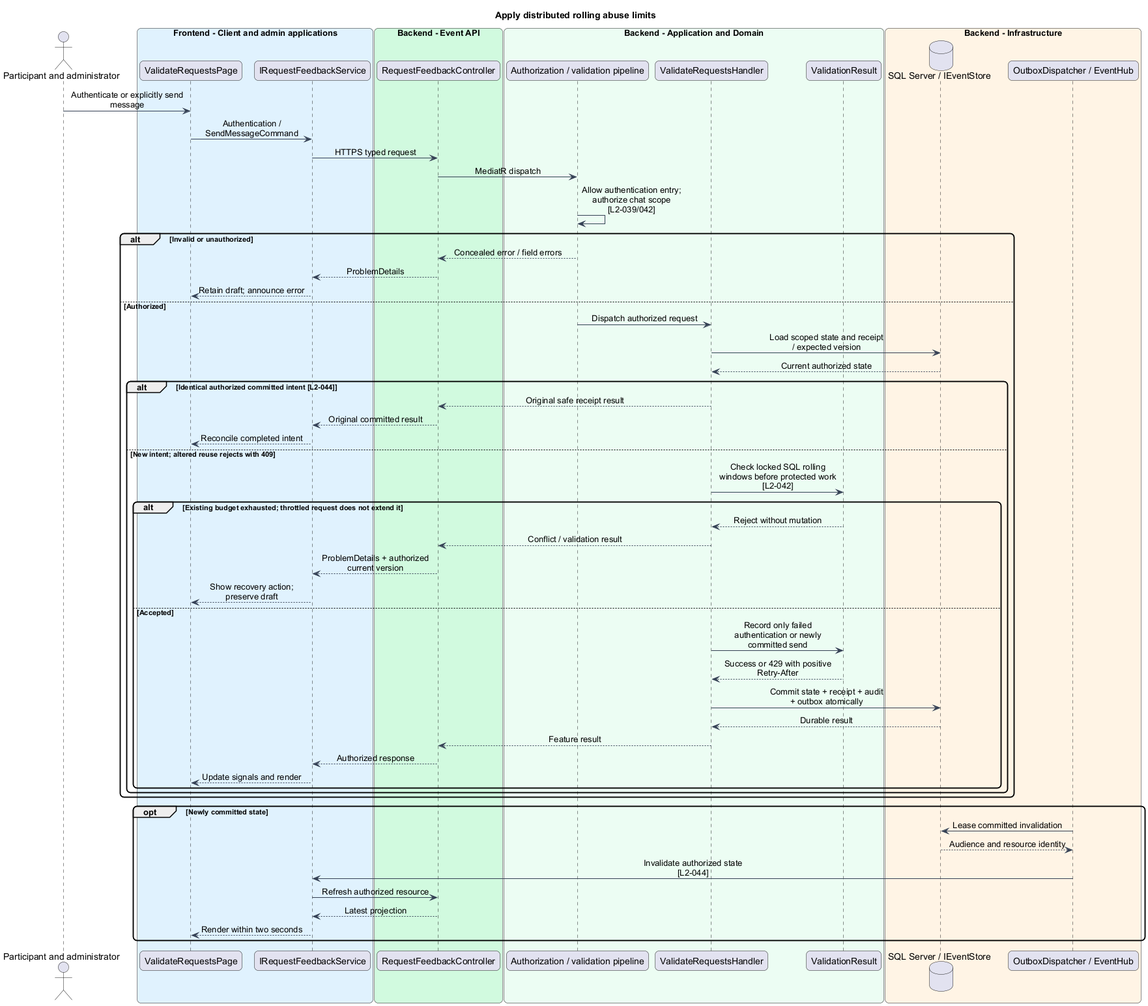
The PlantUML diagram docs/detailed-designs/platform-security/validate-requests/diagrams/sequence-limits.png in QuinntyneBrown/faithtech-toronto-ai-build-event, before a commit.
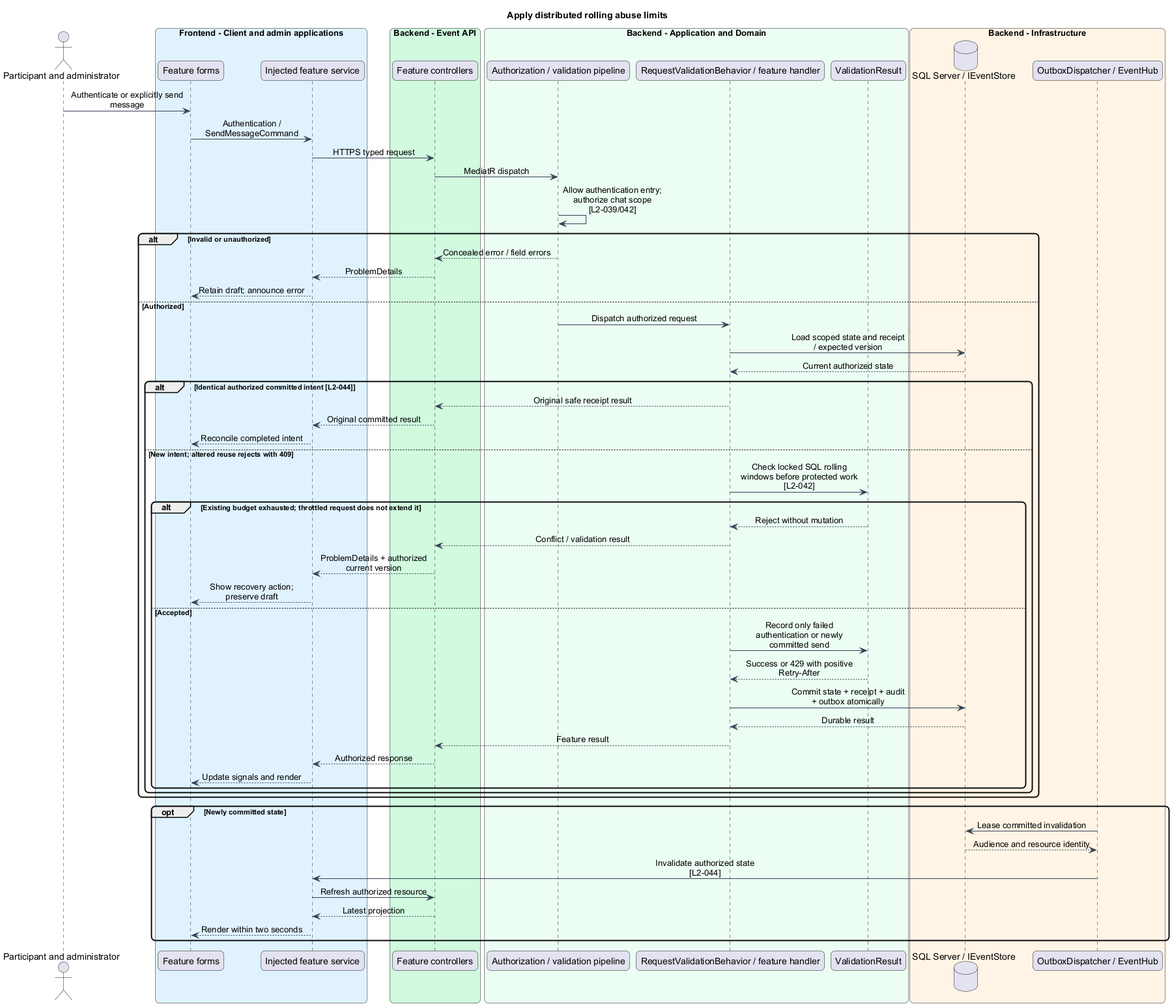
Later version of the same file.

What changed in the source:
```diff
@@ -11,15 +11,15 @@
 title Apply distributed rolling abuse limits
 actor "Participant and administrator" as actor
 box "Frontend - Client and admin applications" #E0F2FE
-participant "ValidateRequestsPage" as page
-participant "IRequestFeedbackService" as client
+participant "Feature forms" as page
+participant "Injected feature service" as client
 end box
 box "Backend - Event API" #D1FADF
-participant "RequestFeedbackController" as controller
+participant "Feature controllers" as controller
 end box
 box "Backend - Application and Domain" #ECFDF3
 participant "Authorization / validation pipeline" as gate
-participant "ValidateRequestsHandler" as handler
+participant "RequestValidationBehavior / feature handler" as handler
 participant "ValidationResult" as entity
 end box
 box "Backend - Infrastructure" #FFF4E5
```
